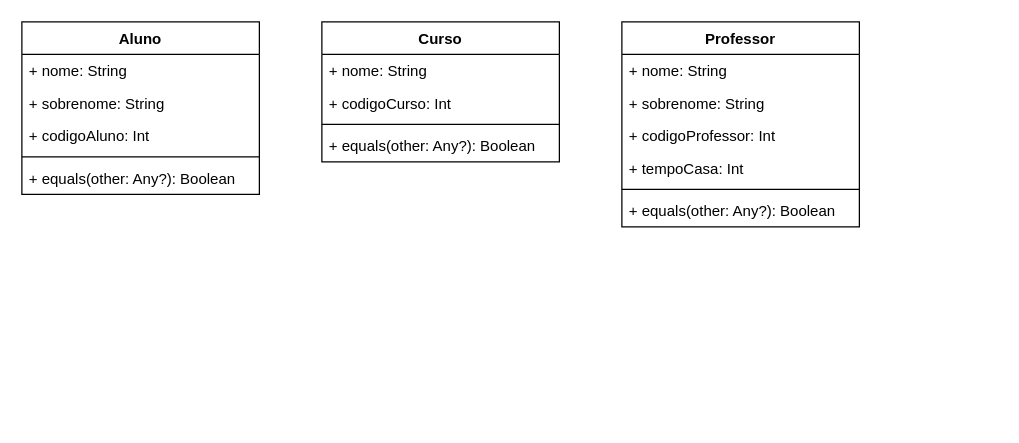
JonatasEliel/DesafioKotlin keeps this draw.io diagram as uml/DesafioKotlin.drawio. Above is the earlier version. Source tidied: cells renumbered, new cells numbered last; positions are measured from the earlier drawing's top-left corner, leaving out a move shared by most shapes. Both pictures are drawn from the tidied source at 125%, with x=0, y=0 at pixel (21, 21).
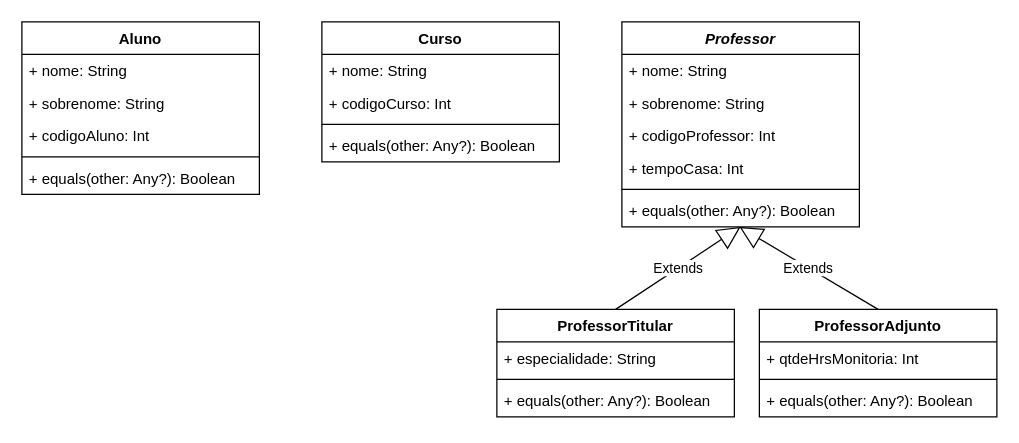
After the change.

Commit message:
transformar a classe Professor em abstrata e criar duas novas classes (ProfessorTitular e ProfessorAdjunto)

The change refers to these unchanged cells:
```xml
<mxCell id="19" value="+ equals(other: Any?): Boolean" style="text;strokeColor=none;fillColor=none;align=left;verticalAlign=top;spacingLeft=4;spacingRight=4;overflow=hidden;points=[[0,0.5],[1,0.5]];portConstraint=eastwest;" parent="13" vertex="1">
  <mxGeometry y="138" width="190" height="26" as="geometry" />
</mxCell>
```

What changed in the source:
```diff
@@
-    <mxCell id="13" value="Professor" style="swimlane;fontStyle=1;align=center;verticalAlign=top;horizontal=1;startSize=26;" parent="1" vertex="1">
+    <mxCell id="13" value="Professor" style="swimlane;fontStyle=3;align=center;verticalAlign=top;horizontal=1;startSize=26;" parent="1" vertex="1">
       <mxGeometry x="480" width="190" height="164" as="geometry" />
     </mxCell>
@@
+    <mxCell id="20" value="ProfessorAdjunto" style="swimlane;fontStyle=1;align=center;verticalAlign=top;horizontal=1;startSize=26;" parent="1" vertex="1">
+      <mxGeometry x="590" y="230" width="190" height="86" as="geometry" />
+    </mxCell>
+    <mxCell id="21" value="+ qtdeHrsMonitoria: Int" style="text;strokeColor=none;fillColor=none;align=left;verticalAlign=top;spacingLeft=4;spacingRight=4;overflow=hidden;" parent="20" vertex="1">
+      <mxGeometry y="26" width="190" height="26" as="geometry" />
+    </mxCell>
+    <mxCell id="22" style="line;strokeWidth=1;fillColor=none;align=left;verticalAlign=middle;spacingTop=-1;spacingLeft=3;spacingRight=3;labelPosition=right;" parent="20" vertex="1">
+      <mxGeometry y="52" width="190" height="8" as="geometry" />
+    </mxCell>
+    <mxCell id="23" value="+ equals(other: Any?): Boolean" style="text;strokeColor=none;fillColor=none;align=left;verticalAlign=top;spacingLeft=4;spacingRight=4;overflow=hidden;" parent="20" vertex="1">
+      <mxGeometry y="60" width="190" height="26" as="geometry" />
+    </mxCell>
+    <mxCell id="24" value="ProfessorTitular" style="swimlane;fontStyle=1;align=center;verticalAlign=top;horizontal=1;startSize=26;" parent="1" vertex="1">
+      <mxGeometry x="380" y="230" width="190" height="86" as="geometry" />
+    </mxCell>
+    <mxCell id="25" value="+ especialidade: String" style="text;strokeColor=none;fillColor=none;align=left;verticalAlign=top;spacingLeft=4;spacingRight=4;overflow=hidden;" parent="24" vertex="1">
+      <mxGeometry y="26" width="190" height="26" as="geometry" />
+    </mxCell>
+    <mxCell id="26" style="line;strokeWidth=1;fillColor=none;align=left;verticalAlign=middle;spacingTop=-1;spacingLeft=3;spacingRight=3;labelPosition=right;" parent="24" vertex="1">
+      <mxGeometry y="52" width="190" height="8" as="geometry" />
+    </mxCell>
+    <mxCell id="27" value="+ equals(other: Any?): Boolean" style="text;strokeColor=none;fillColor=none;align=left;verticalAlign=top;spacingLeft=4;spacingRight=4;overflow=hidden;" parent="24" vertex="1">
+      <mxGeometry y="60" width="190" height="26" as="geometry" />
+    </mxCell>
+    <mxCell id="28" value="Extends" style="endArrow=block;endSize=16;endFill=0;html=1;exitX=0.5;exitY=0;exitDx=0;exitDy=0;entryX=0.5;entryY=1;entryDx=0;entryDy=0;" parent="1" edge="1" source="24" target="13">
+      <mxGeometry relative="1" as="geometry" />
+    </mxCell>
+    <mxCell id="29" value="Extends" style="endArrow=block;endSize=16;endFill=0;html=1;exitX=0.5;exitY=0;exitDx=0;exitDy=0;entryX=0.495;entryY=1;entryDx=0;entryDy=0;entryPerimeter=0;" parent="1" edge="1" source="20" target="19">
+      <mxGeometry relative="1" as="geometry" />
+    </mxCell>
```
